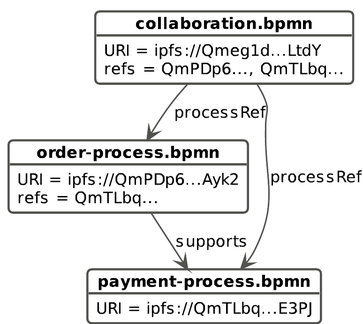
Before: docs/images/cascade-after.png, a diagram exported from PlantUML (alfa-yohannis/ecorefs). Its source is kept beside it as papers/01-JSS/paper/figures/cascade-after.puml.
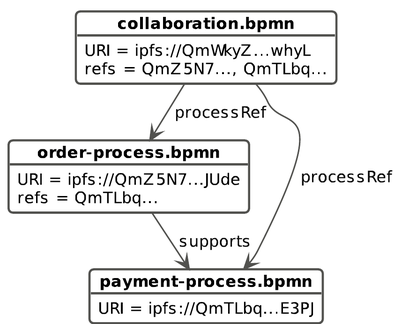
After the commit.

Diff of the diagram source:
```diff
@@ -5,11 +5,11 @@
 skinparam ranksep 26
 
 object "collaboration.bpmn" as C {
-  URI = ipfs://Qmeg1d...LtdY
-  refs = QmPDp6..., QmTLbq...
+  URI = ipfs://QmWkyZ...whyL
+  refs = QmZ5N7..., QmTLbq...
 }
 object "order-process.bpmn" as O {
-  URI = ipfs://QmPDp6...Ayk2
+  URI = ipfs://QmZ5N7...JUde
   refs = QmTLbq...
 }
 object "payment-process.bpmn" as P {
```
